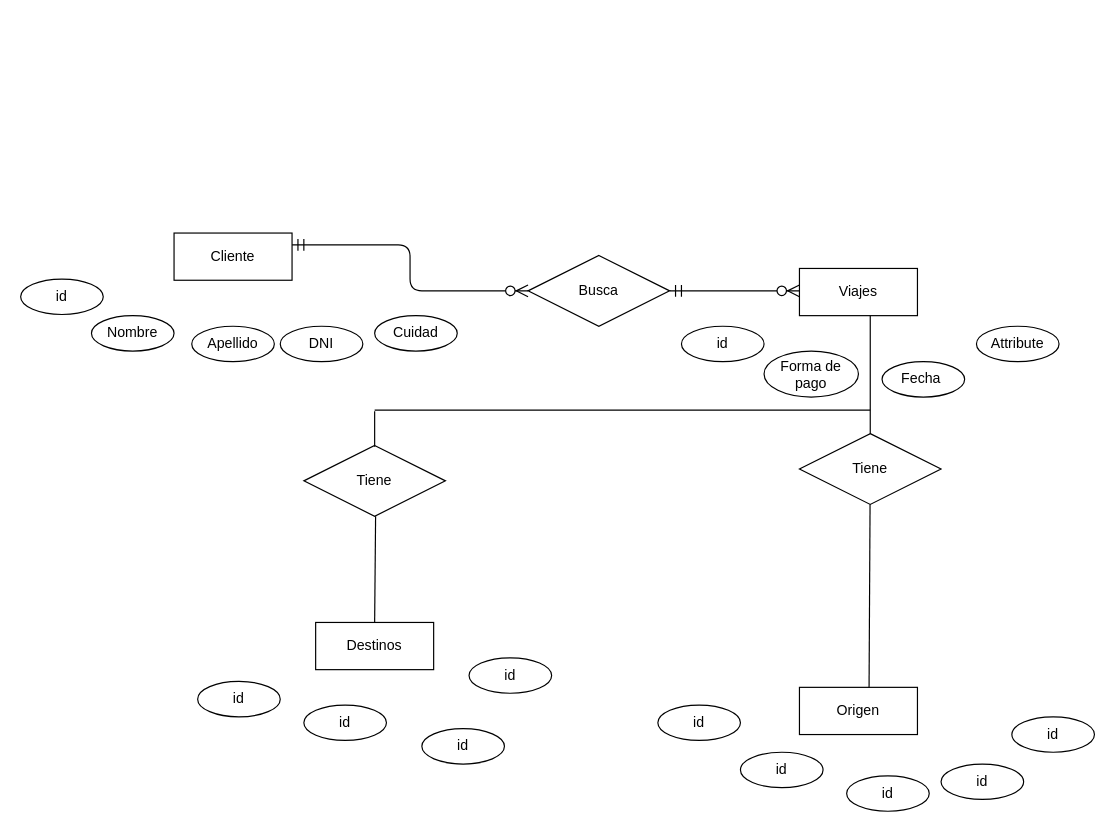
Before: Untitled Diagram.drawio in pablopetito/digitalturismo, a draw.io diagram. Source tidied: cells renumbered, new cells numbered last; positions are measured from the earlier drawing's top-left corner, leaving out a move shared by most shapes. Both pictures are drawn from the tidied source at 118%, with x=0, y=0 at pixel (20, 232).
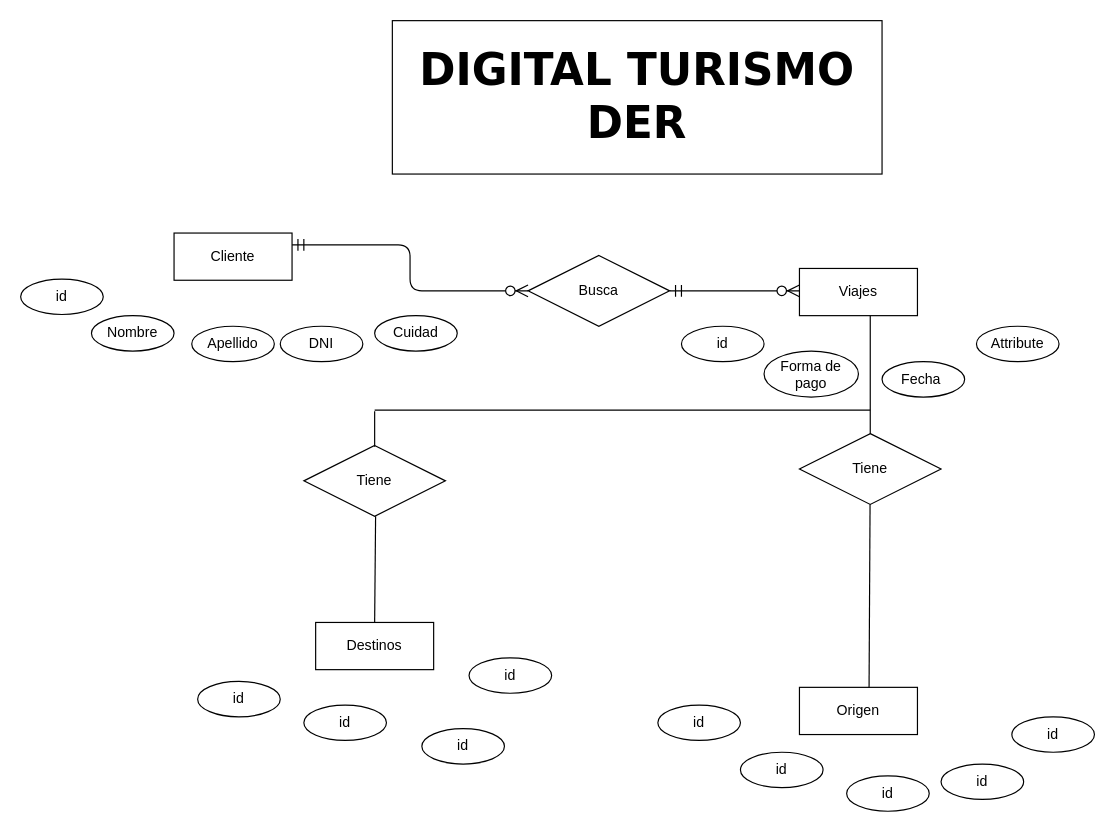
The same diagram, later.

What changed in the source:
```diff
@@
+    <mxCell id="36" value="DIGITAL TURISMO DER" style="rounded=0;whiteSpace=wrap;html=1;fontFamily=Verdana;fontSize=37;fontStyle=1;" parent="1" vertex="1">
+      <mxGeometry x="315" y="-180" width="415" height="130" as="geometry" />
+    </mxCell>
```
